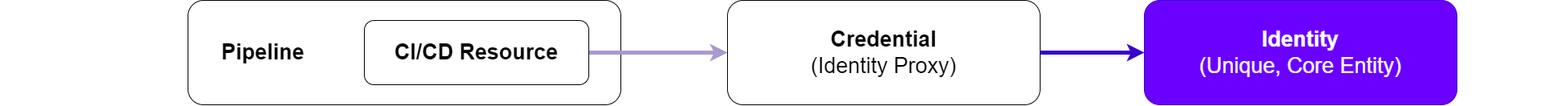
The draw.io diagram images/generic_identityproxy.png in ytimyno/ytimyno.github.io, before a commit. Source tidied: cells renumbered, new cells last; positions are measured from the earlier drawing's top-left corner, leaving out a move shared by most shapes.
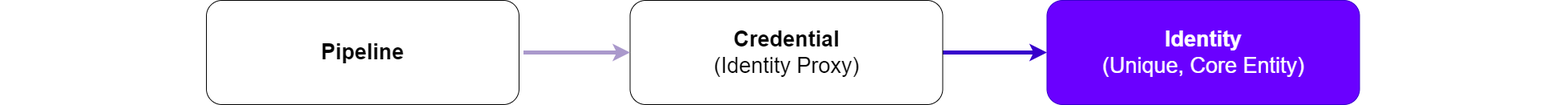
Later version of the same file.

What changed in the source:
```diff
@@ -2,29 +2,28 @@
   <root>
     <mxCell id="0" />
     <mxCell id="1" parent="0" />
-    <mxCell id="2" value="&lt;b style=&quot;font-size: 27px;&quot;&gt;Pipeline&lt;/b&gt;" style="rounded=1;whiteSpace=wrap;html=1;fontSize=27;align=left;spacingLeft=40;" parent="1" vertex="1">
-      <mxGeometry x="234" width="540" height="130" as="geometry" />
+    <mxCell id="2" value="&lt;b style=&quot;font-size: 27px;&quot;&gt;Identity &lt;/b&gt;&lt;br style=&quot;font-size: 27px;&quot;&gt;&lt;font style=&quot;font-size: 27px;&quot;&gt;(Unique, Core Entity)&lt;/font&gt;" style="rounded=1;whiteSpace=wrap;html=1;fillColor=#6a00ff;fontColor=#ffffff;strokeColor=#3700CC;fontSize=27;" parent="1" vertex="1">
+      <mxGeometry x="1305.5" y="745" width="390" height="130" as="geometry" />
     </mxCell>
-    <mxCell id="3" value="&lt;b style=&quot;font-size: 27px;&quot;&gt;Identity &lt;/b&gt;&lt;br style=&quot;font-size: 27px;&quot;&gt;&lt;font style=&quot;font-size: 27px;&quot;&gt;(Unique, Core Entity)&lt;/font&gt;" style="rounded=1;whiteSpace=wrap;html=1;fillColor=#6a00ff;fontColor=#ffffff;strokeColor=#3700CC;fontSize=27;" parent="1" vertex="1">
-      <mxGeometry x="1427" width="390" height="130" as="geometry" />
+    <mxCell id="3" style="edgeStyle=orthogonalEdgeStyle;rounded=0;jettySize=auto;html=1;fontSize=27;strokeWidth=5;strokeColor=#3700CC;fillColor=#6a00ff;" parent="1" edge="1" source="4" target="2">
+      <mxGeometry relative="1" as="geometry" />
     </mxCell>
-    <mxCell id="4" style="edgeStyle=orthogonalEdgeStyle;rounded=0;jettySize=auto;html=1;fontSize=27;strokeWidth=5;strokeColor=#3700CC;fillColor=#6a00ff;" parent="1" edge="1" source="5" target="3">
-      <mxGeometry relative="1" as="geometry" />
+    <mxCell id="4" value="&lt;b style=&quot;font-size: 27px;&quot;&gt;Credential &lt;/b&gt;&lt;br style=&quot;font-size: 27px;&quot;&gt;&lt;font style=&quot;font-size: 27px;&quot;&gt;(Identity Proxy)&lt;/font&gt;" style="rounded=1;whiteSpace=wrap;html=1;fontSize=27;" parent="1" vertex="1">
+      <mxGeometry x="785.5" y="745" width="390" height="130" as="geometry" />
     </mxCell>
-    <mxCell id="5" value="&lt;b style=&quot;font-size: 27px;&quot;&gt;Credential &lt;/b&gt;&lt;br style=&quot;font-size: 27px;&quot;&gt;&lt;font style=&quot;font-size: 27px;&quot;&gt;(Identity Proxy)&lt;/font&gt;" style="rounded=1;whiteSpace=wrap;html=1;fontSize=27;" parent="1" vertex="1">
-      <mxGeometry x="907" width="390" height="130" as="geometry" />
+    <mxCell id="5" style="edgeStyle=orthogonalEdgeStyle;rounded=0;jettySize=auto;html=1;fontSize=27;strokeWidth=5;strokeColor=#AA99CC;fillColor=#6a00ff;" parent="1" edge="1" target="4">
+      <mxGeometry relative="1" as="geometry">
+        <mxPoint x="652.5" y="810" as="sourcePoint" />
+      </mxGeometry>
     </mxCell>
-    <mxCell id="6" style="edgeStyle=orthogonalEdgeStyle;rounded=0;jettySize=auto;html=1;fontSize=27;strokeWidth=5;strokeColor=#AA99CC;fillColor=#6a00ff;" parent="1" edge="1" source="7" target="5">
-      <mxGeometry relative="1" as="geometry" />
+    <mxCell id="6" value="&lt;b&gt;Pipeline&lt;/b&gt;" style="rounded=1;whiteSpace=wrap;html=1;fontSize=27;" parent="1" vertex="1">
+      <mxGeometry x="257" y="745" width="390" height="130" as="geometry" />
     </mxCell>
-    <mxCell id="7" value="&lt;b style=&quot;font-size: 27px;&quot;&gt;CI/CD Resource&lt;/b&gt;" style="rounded=1;whiteSpace=wrap;html=1;fontSize=27;" parent="1" vertex="1">
-      <mxGeometry x="454" y="25" width="280" height="80" as="geometry" />
+    <mxCell id="7" style="shape=waypoint;sketch=0;size=6;points=[];fillColor=none;perimeter=centerPerimeter;snapToPoint=1;strokeColor=#ec2222;fontSize=27;fontColor=#FFFFFF;textOpacity=0;opacity=0;" parent="1" vertex="1">
+      <mxGeometry x="1910" y="790" width="40" height="40" as="geometry" />
     </mxCell>
     <mxCell id="8" style="shape=waypoint;sketch=0;size=6;fillColor=none;perimeter=centerPerimeter;strokeColor=#ec2222;fontSize=27;fontColor=#FFFFFF;textOpacity=0;opacity=0;" parent="1" vertex="1">
-      <mxGeometry y="60" width="40" height="40" as="geometry" />
+      <mxGeometry y="775" width="40" height="40" as="geometry" />
     </mxCell>
-    <mxCell id="9" style="shape=waypoint;sketch=0;size=6;fillColor=none;perimeter=centerPerimeter;strokeColor=#ec2222;fontSize=27;fontColor=#FFFFFF;textOpacity=0;opacity=0;" parent="1" vertex="1">
-      <mxGeometry x="1915" y="50" width="40" height="40" as="geometry" />
-    </mxCell>
   </root>
 </mxGraphModel>
```
